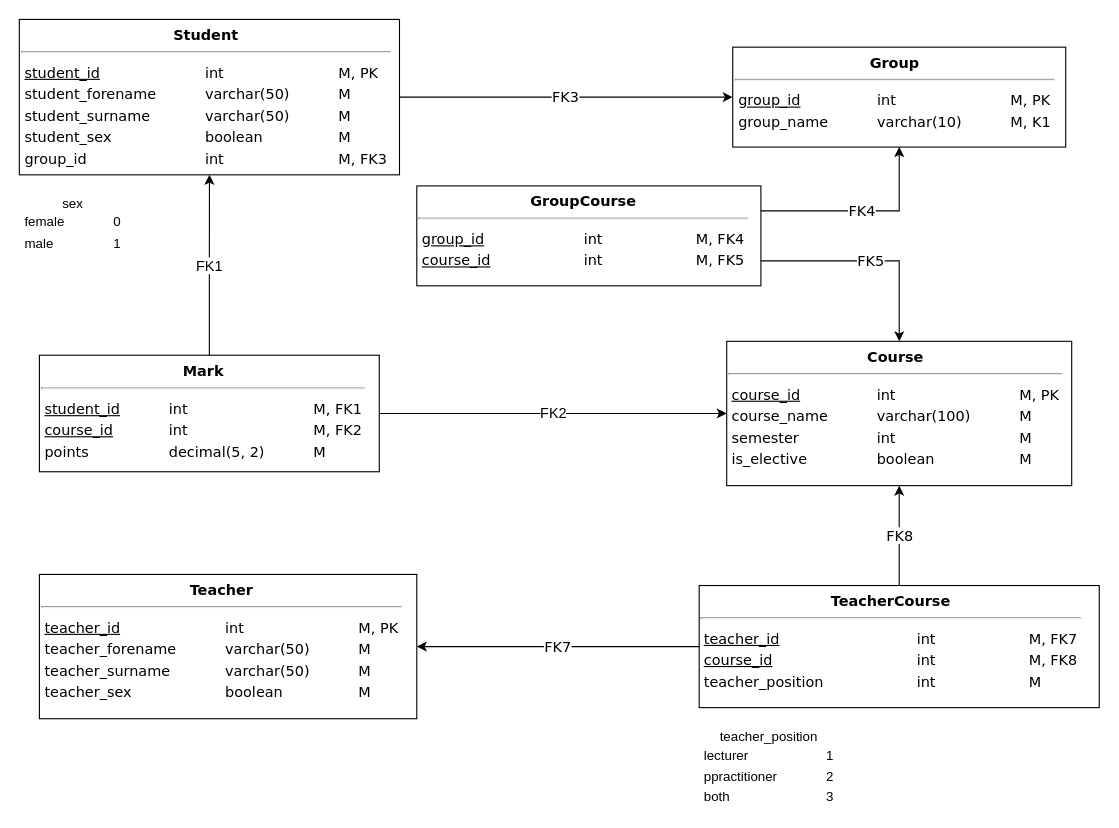
This is hw02/src/physical-scheme.drawio from cannor147/itmo-db, a draw.io file, before an edit. Source tidied: cells renumbered, new cells numbered last; positions are measured from the earlier drawing's top-left corner, leaving out a move shared by most shapes. Both pictures are drawn from the tidied source at 111%, with x=0, y=0 at pixel (19, 19).
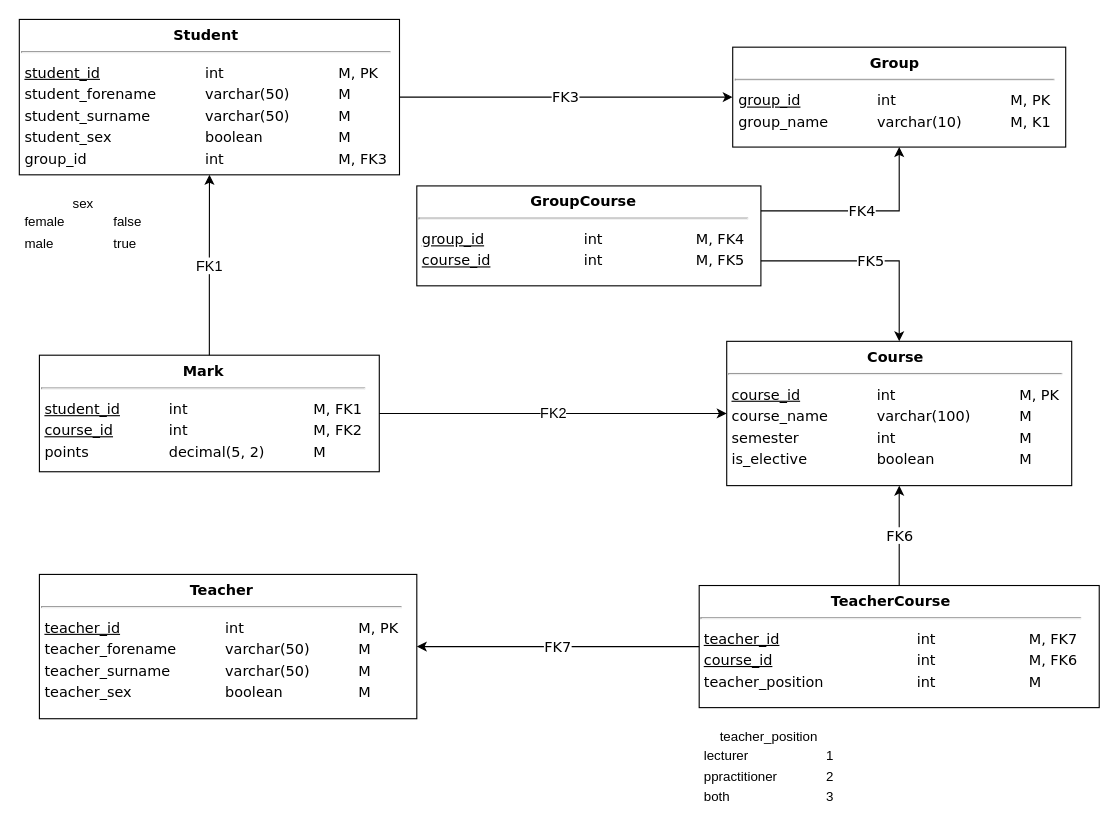
After the change.

What changed in the source:
```diff
@@
 <mxGraphModel>
   <root>
     <mxCell id="0" />
     <mxCell id="1" parent="0" />
     <mxCell id="2" value="FK3" style="edgeStyle=orthogonalEdgeStyle;rounded=0;jettySize=auto;html=1;fontFamily=Verdana;fontSize=13;endArrow=classic;endFill=1;startArrow=none;startFill=0;" parent="1" edge="1" source="3" target="4">
       <mxGeometry relative="1" as="geometry" />
     </mxCell>
     <mxCell id="3" value="&lt;div style=&quot;text-align: center ; font-size: 13px&quot;&gt;&lt;b style=&quot;font-size: 13px&quot;&gt;Student&lt;/b&gt;&lt;/div&gt;&lt;hr style=&quot;font-size: 13px&quot;&gt;&lt;table style=&quot;font-size: 13px&quot;&gt;&lt;tbody style=&quot;font-size: 13px&quot;&gt;&lt;tr style=&quot;font-size: 13px&quot;&gt;&lt;td style=&quot;font-size: 13px&quot;&gt;&lt;u&gt;student_id&lt;/u&gt;&lt;/td&gt;&lt;td style=&quot;font-size: 13px&quot;&gt;&lt;blockquote style=&quot;margin: 0px 0px 0px 40px ; border: none ; padding: 0px ; font-size: 13px&quot;&gt;int&lt;/blockquote&gt;&lt;/td&gt;&lt;td style=&quot;font-size: 13px&quot;&gt;&lt;blockquote style=&quot;margin: 0px 0px 0px 40px ; border: none ; padding: 0px ; font-size: 13px&quot;&gt;M, PK&lt;/blockquote&gt;&lt;/td&gt;&lt;/tr&gt;&lt;tr style=&quot;font-size: 13px&quot;&gt;&lt;td style=&quot;font-size: 13px&quot;&gt;student_forename&lt;/td&gt;&lt;td style=&quot;font-size: 13px&quot;&gt;&lt;blockquote style=&quot;margin: 0px 0px 0px 40px ; border: none ; padding: 0px ; font-size: 13px&quot;&gt;varchar(50)&lt;/blockquote&gt;&lt;/td&gt;&lt;td style=&quot;font-size: 13px&quot;&gt;&lt;blockquote style=&quot;margin: 0px 0px 0px 40px ; border: none ; padding: 0px ; font-size: 13px&quot;&gt;M&lt;/blockquote&gt;&lt;/td&gt;&lt;/tr&gt;&lt;tr style=&quot;font-size: 13px&quot;&gt;&lt;td style=&quot;font-size: 13px&quot;&gt;student_surname&lt;/td&gt;&lt;td style=&quot;font-size: 13px&quot;&gt;&lt;blockquote style=&quot;margin: 0px 0px 0px 40px ; border: none ; padding: 0px ; font-size: 13px&quot;&gt;varchar(50)&lt;/blockquote&gt;&lt;/td&gt;&lt;td style=&quot;font-size: 13px&quot;&gt;&lt;blockquote style=&quot;margin: 0px 0px 0px 40px ; border: none ; padding: 0px ; font-size: 13px&quot;&gt;M&lt;/blockquote&gt;&lt;/td&gt;&lt;/tr&gt;&lt;tr style=&quot;font-size: 13px&quot;&gt;&lt;td style=&quot;font-size: 13px&quot;&gt;student_sex&lt;/td&gt;&lt;td style=&quot;font-size: 13px&quot;&gt;&lt;blockquote style=&quot;margin: 0px 0px 0px 40px ; border: none ; padding: 0px ; font-size: 13px&quot;&gt;boolean&lt;/blockquote&gt;&lt;/td&gt;&lt;td style=&quot;font-size: 13px&quot;&gt;&lt;blockquote style=&quot;margin: 0px 0px 0px 40px ; border: none ; padding: 0px ; font-size: 13px&quot;&gt;M&lt;/blockquote&gt;&lt;/td&gt;&lt;/tr&gt;&lt;tr&gt;&lt;td&gt;group_id&lt;/td&gt;&lt;td&gt;&lt;blockquote style=&quot;margin: 0 0 0 40px ; border: none ; padding: 0px&quot;&gt;int&lt;/blockquote&gt;&lt;/td&gt;&lt;td&gt;&lt;blockquote style=&quot;margin: 0 0 0 40px ; border: none ; padding: 0px&quot;&gt;M, FK3&lt;/blockquote&gt;&lt;/td&gt;&lt;/tr&gt;&lt;/tbody&gt;&lt;/table&gt;" style="rounded=0;whiteSpace=wrap;html=1;labelBackgroundColor=none;fontFamily=Verdana;fontSize=13;align=left;verticalAlign=top;" parent="1" vertex="1">
       <mxGeometry x="-0.1" width="342.5" height="140" as="geometry" />
     </mxCell>
     <mxCell id="4" value="&lt;div style=&quot;text-align: center ; font-size: 13px&quot;&gt;&lt;b style=&quot;font-size: 13px&quot;&gt;Group&lt;/b&gt;&lt;/div&gt;&lt;hr style=&quot;font-size: 13px&quot;&gt;&lt;table style=&quot;font-size: 13px&quot;&gt;&lt;tbody style=&quot;font-size: 13px&quot;&gt;&lt;tr style=&quot;font-size: 13px&quot;&gt;&lt;td style=&quot;font-size: 13px&quot;&gt;&lt;u&gt;group_id&lt;/u&gt;&lt;/td&gt;&lt;td style=&quot;font-size: 13px&quot;&gt;&lt;blockquote style=&quot;margin: 0px 0px 0px 40px ; border: none ; padding: 0px ; font-size: 13px&quot;&gt;int&lt;/blockquote&gt;&lt;/td&gt;&lt;td style=&quot;font-size: 13px&quot;&gt;&lt;blockquote style=&quot;margin: 0px 0px 0px 40px ; border: none ; padding: 0px ; font-size: 13px&quot;&gt;M, PK&lt;/blockquote&gt;&lt;/td&gt;&lt;/tr&gt;&lt;tr style=&quot;font-size: 13px&quot;&gt;&lt;td style=&quot;font-size: 13px&quot;&gt;group_name&lt;/td&gt;&lt;td style=&quot;font-size: 13px&quot;&gt;&lt;blockquote style=&quot;margin: 0px 0px 0px 40px ; border: none ; padding: 0px ; font-size: 13px&quot;&gt;varchar(10)&lt;/blockquote&gt;&lt;/td&gt;&lt;td style=&quot;font-size: 13px&quot;&gt;&lt;blockquote style=&quot;margin: 0px 0px 0px 40px ; border: none ; padding: 0px ; font-size: 13px&quot;&gt;M, K1&lt;/blockquote&gt;&lt;/td&gt;&lt;/tr&gt;&lt;/tbody&gt;&lt;/table&gt;" style="rounded=0;whiteSpace=wrap;html=1;labelBackgroundColor=none;fontFamily=Verdana;fontSize=13;align=left;verticalAlign=top;" parent="1" vertex="1">
       <mxGeometry x="642.6" y="25" width="300" height="90" as="geometry" />
     </mxCell>
     <mxCell id="5" value="&lt;div style=&quot;text-align: center ; font-size: 13px&quot;&gt;&lt;b style=&quot;font-size: 13px&quot;&gt;Teacher&lt;/b&gt;&lt;/div&gt;&lt;hr style=&quot;font-size: 13px&quot;&gt;&lt;table style=&quot;font-size: 13px&quot;&gt;&lt;tbody style=&quot;font-size: 13px&quot;&gt;&lt;tr style=&quot;font-size: 13px&quot;&gt;&lt;td style=&quot;font-size: 13px&quot;&gt;&lt;u&gt;teacher_id&lt;/u&gt;&lt;/td&gt;&lt;td style=&quot;font-size: 13px&quot;&gt;&lt;blockquote style=&quot;margin: 0px 0px 0px 40px ; border: none ; padding: 0px ; font-size: 13px&quot;&gt;int&lt;/blockquote&gt;&lt;/td&gt;&lt;td style=&quot;font-size: 13px&quot;&gt;&lt;blockquote style=&quot;margin: 0px 0px 0px 40px ; border: none ; padding: 0px ; font-size: 13px&quot;&gt;M, PK&lt;/blockquote&gt;&lt;/td&gt;&lt;/tr&gt;&lt;tr style=&quot;font-size: 13px&quot;&gt;&lt;td style=&quot;font-size: 13px&quot;&gt;teacher_forename&lt;/td&gt;&lt;td style=&quot;font-size: 13px&quot;&gt;&lt;blockquote style=&quot;margin: 0px 0px 0px 40px ; border: none ; padding: 0px ; font-size: 13px&quot;&gt;varchar(50)&lt;/blockquote&gt;&lt;/td&gt;&lt;td style=&quot;font-size: 13px&quot;&gt;&lt;blockquote style=&quot;margin: 0px 0px 0px 40px ; border: none ; padding: 0px ; font-size: 13px&quot;&gt;M&lt;/blockquote&gt;&lt;/td&gt;&lt;/tr&gt;&lt;tr style=&quot;font-size: 13px&quot;&gt;&lt;td style=&quot;font-size: 13px&quot;&gt;teacher_surname&lt;/td&gt;&lt;td style=&quot;font-size: 13px&quot;&gt;&lt;blockquote style=&quot;margin: 0px 0px 0px 40px ; border: none ; padding: 0px ; font-size: 13px&quot;&gt;varchar(50)&lt;/blockquote&gt;&lt;/td&gt;&lt;td style=&quot;font-size: 13px&quot;&gt;&lt;blockquote style=&quot;margin: 0px 0px 0px 40px ; border: none ; padding: 0px ; font-size: 13px&quot;&gt;M&lt;/blockquote&gt;&lt;/td&gt;&lt;/tr&gt;&lt;tr style=&quot;font-size: 13px&quot;&gt;&lt;td style=&quot;font-size: 13px&quot;&gt;teacher_sex&lt;/td&gt;&lt;td style=&quot;font-size: 13px&quot;&gt;&lt;blockquote style=&quot;margin: 0px 0px 0px 40px ; border: none ; padding: 0px ; font-size: 13px&quot;&gt;boolean&lt;/blockquote&gt;&lt;/td&gt;&lt;td style=&quot;font-size: 13px&quot;&gt;&lt;blockquote style=&quot;margin: 0px 0px 0px 40px ; border: none ; padding: 0px ; font-size: 13px&quot;&gt;M&lt;/blockquote&gt;&lt;/td&gt;&lt;/tr&gt;&lt;/tbody&gt;&lt;/table&gt;" style="rounded=0;whiteSpace=wrap;html=1;labelBackgroundColor=none;fontFamily=Verdana;fontSize=13;align=left;verticalAlign=top;" parent="1" vertex="1">
       <mxGeometry x="18" y="500" width="340" height="130" as="geometry" />
     </mxCell>
     <mxCell id="6" value="&lt;div style=&quot;text-align: center ; font-size: 13px&quot;&gt;&lt;b style=&quot;font-size: 13px&quot;&gt;Course&lt;/b&gt;&lt;/div&gt;&lt;hr style=&quot;font-size: 13px&quot;&gt;&lt;table style=&quot;font-size: 13px&quot;&gt;&lt;tbody style=&quot;font-size: 13px&quot;&gt;&lt;tr style=&quot;font-size: 13px&quot;&gt;&lt;td style=&quot;font-size: 13px&quot;&gt;&lt;u&gt;course_id&lt;/u&gt;&lt;/td&gt;&lt;td style=&quot;font-size: 13px&quot;&gt;&lt;blockquote style=&quot;margin: 0px 0px 0px 40px ; border: none ; padding: 0px ; font-size: 13px&quot;&gt;int&lt;/blockquote&gt;&lt;/td&gt;&lt;td style=&quot;font-size: 13px&quot;&gt;&lt;blockquote style=&quot;margin: 0px 0px 0px 40px ; border: none ; padding: 0px ; font-size: 13px&quot;&gt;M, PK&lt;/blockquote&gt;&lt;/td&gt;&lt;/tr&gt;&lt;tr style=&quot;font-size: 13px&quot;&gt;&lt;td style=&quot;font-size: 13px&quot;&gt;course_name&lt;/td&gt;&lt;td style=&quot;font-size: 13px&quot;&gt;&lt;blockquote style=&quot;margin: 0px 0px 0px 40px ; border: none ; padding: 0px ; font-size: 13px&quot;&gt;varchar(100)&lt;/blockquote&gt;&lt;/td&gt;&lt;td style=&quot;font-size: 13px&quot;&gt;&lt;blockquote style=&quot;margin: 0px 0px 0px 40px ; border: none ; padding: 0px ; font-size: 13px&quot;&gt;M&lt;/blockquote&gt;&lt;/td&gt;&lt;/tr&gt;&lt;tr style=&quot;font-size: 13px&quot;&gt;&lt;td style=&quot;font-size: 13px&quot;&gt;semester&lt;/td&gt;&lt;td style=&quot;font-size: 13px&quot;&gt;&lt;blockquote style=&quot;margin: 0px 0px 0px 40px ; border: none ; padding: 0px ; font-size: 13px&quot;&gt;int&lt;/blockquote&gt;&lt;/td&gt;&lt;td style=&quot;font-size: 13px&quot;&gt;&lt;blockquote style=&quot;margin: 0px 0px 0px 40px ; border: none ; padding: 0px ; font-size: 13px&quot;&gt;M&lt;/blockquote&gt;&lt;/td&gt;&lt;/tr&gt;&lt;tr style=&quot;font-size: 13px&quot;&gt;&lt;td style=&quot;font-size: 13px&quot;&gt;is_elective&lt;/td&gt;&lt;td style=&quot;font-size: 13px&quot;&gt;&lt;blockquote style=&quot;margin: 0px 0px 0px 40px ; border: none ; padding: 0px ; font-size: 13px&quot;&gt;boolean&lt;/blockquote&gt;&lt;/td&gt;&lt;td style=&quot;font-size: 13px&quot;&gt;&lt;blockquote style=&quot;margin: 0px 0px 0px 40px ; border: none ; padding: 0px ; font-size: 13px&quot;&gt;M&lt;/blockquote&gt;&lt;/td&gt;&lt;/tr&gt;&lt;/tbody&gt;&lt;/table&gt;" style="rounded=0;whiteSpace=wrap;html=1;labelBackgroundColor=none;fontFamily=Verdana;fontSize=13;align=left;verticalAlign=top;" parent="1" vertex="1">
       <mxGeometry x="637.2" y="290" width="310.8" height="130" as="geometry" />
     </mxCell>
     <mxCell id="7" value="&lt;div style=&quot;text-align: center ; font-size: 13px&quot;&gt;&lt;b style=&quot;font-size: 13px&quot;&gt;Mark&lt;/b&gt;&lt;/div&gt;&lt;hr style=&quot;font-size: 13px&quot;&gt;&lt;table style=&quot;font-size: 13px&quot;&gt;&lt;tbody style=&quot;font-size: 13px&quot;&gt;&lt;tr style=&quot;font-size: 13px&quot;&gt;&lt;td style=&quot;font-size: 13px&quot;&gt;&lt;u&gt;student_id&lt;/u&gt;&lt;/td&gt;&lt;td style=&quot;font-size: 13px&quot;&gt;&lt;blockquote style=&quot;margin: 0px 0px 0px 40px ; border: none ; padding: 0px ; font-size: 13px&quot;&gt;int&lt;/blockquote&gt;&lt;/td&gt;&lt;td style=&quot;font-size: 13px&quot;&gt;&lt;blockquote style=&quot;margin: 0px 0px 0px 40px ; border: none ; padding: 0px ; font-size: 13px&quot;&gt;M, FK1&lt;/blockquote&gt;&lt;/td&gt;&lt;/tr&gt;&lt;tr style=&quot;font-size: 13px&quot;&gt;&lt;td style=&quot;font-size: 13px&quot;&gt;&lt;u&gt;course_id&lt;/u&gt;&lt;/td&gt;&lt;td style=&quot;font-size: 13px&quot;&gt;&lt;blockquote style=&quot;margin: 0px 0px 0px 40px ; border: none ; padding: 0px ; font-size: 13px&quot;&gt;int&lt;/blockquote&gt;&lt;/td&gt;&lt;td style=&quot;font-size: 13px&quot;&gt;&lt;blockquote style=&quot;margin: 0px 0px 0px 40px ; border: none ; padding: 0px ; font-size: 13px&quot;&gt;M, FK2&lt;/blockquote&gt;&lt;/td&gt;&lt;/tr&gt;&lt;tr style=&quot;font-size: 13px&quot;&gt;&lt;td style=&quot;font-size: 13px&quot;&gt;points&lt;/td&gt;&lt;td style=&quot;font-size: 13px&quot;&gt;&lt;blockquote style=&quot;margin: 0px 0px 0px 40px ; border: none ; padding: 0px ; font-size: 13px&quot;&gt;decimal(5, 2)&lt;/blockquote&gt;&lt;/td&gt;&lt;td style=&quot;font-size: 13px&quot;&gt;&lt;blockquote style=&quot;margin: 0px 0px 0px 40px ; border: none ; padding: 0px ; font-size: 13px&quot;&gt;M&lt;/blockquote&gt;&lt;/td&gt;&lt;/tr&gt;&lt;/tbody&gt;&lt;/table&gt;" style="rounded=0;whiteSpace=wrap;html=1;labelBackgroundColor=none;fontFamily=Verdana;fontSize=13;align=left;verticalAlign=top;" parent="1" vertex="1">
       <mxGeometry x="18" y="302.5" width="306.2" height="105" as="geometry" />
     </mxCell>
     <mxCell id="8" value="FK1" style="endArrow=classic;html=1;rounded=0;edgeStyle=orthogonalEdgeStyle;fontSize=13;" parent="1" edge="1" source="7" target="3">
       <mxGeometry relative="1" as="geometry" />
     </mxCell>
     <mxCell id="9" value="FK2" style="endArrow=classic;html=1;rounded=0;edgeStyle=orthogonalEdgeStyle;fontSize=13;" parent="1" edge="1" source="7" target="6">
       <mxGeometry relative="1" as="geometry" />
     </mxCell>
     <mxCell id="10" value="&lt;div style=&quot;text-align: center ; font-size: 13px&quot;&gt;&lt;b style=&quot;font-size: 13px&quot;&gt;GroupCourse&lt;/b&gt;&lt;/div&gt;&lt;hr style=&quot;font-size: 13px&quot;&gt;&lt;table style=&quot;font-size: 13px&quot;&gt;&lt;tbody style=&quot;font-size: 13px&quot;&gt;&lt;tr style=&quot;font-size: 13px&quot;&gt;&lt;td style=&quot;font-size: 13px&quot;&gt;&lt;u&gt;group_id&lt;/u&gt;&lt;/td&gt;&lt;td style=&quot;font-size: 13px&quot;&gt;&lt;blockquote style=&quot;margin: 0 0 0 40px ; border: none ; padding: 0px&quot;&gt;&lt;blockquote style=&quot;margin: 0px 0px 0px 40px ; border: none ; padding: 0px ; font-size: 13px&quot;&gt;int&lt;/blockquote&gt;&lt;/blockquote&gt;&lt;/td&gt;&lt;td style=&quot;font-size: 13px&quot;&gt;&lt;blockquote style=&quot;margin: 0 0 0 40px ; border: none ; padding: 0px&quot;&gt;&lt;blockquote style=&quot;margin: 0px 0px 0px 40px ; border: none ; padding: 0px ; font-size: 13px&quot;&gt;M, FK4&lt;/blockquote&gt;&lt;/blockquote&gt;&lt;/td&gt;&lt;/tr&gt;&lt;tr style=&quot;font-size: 13px&quot;&gt;&lt;td style=&quot;font-size: 13px&quot;&gt;&lt;u&gt;course_id&lt;/u&gt;&lt;/td&gt;&lt;td style=&quot;font-size: 13px&quot;&gt;&lt;blockquote style=&quot;margin: 0 0 0 40px ; border: none ; padding: 0px&quot;&gt;&lt;blockquote style=&quot;margin: 0px 0px 0px 40px ; border: none ; padding: 0px ; font-size: 13px&quot;&gt;int&lt;/blockquote&gt;&lt;/blockquote&gt;&lt;/td&gt;&lt;td style=&quot;font-size: 13px&quot;&gt;&lt;blockquote style=&quot;margin: 0 0 0 40px ; border: none ; padding: 0px&quot;&gt;&lt;blockquote style=&quot;margin: 0px 0px 0px 40px ; border: none ; padding: 0px ; font-size: 13px&quot;&gt;M, FK5&lt;/blockquote&gt;&lt;/blockquote&gt;&lt;/td&gt;&lt;/tr&gt;&lt;/tbody&gt;&lt;/table&gt;" style="rounded=0;whiteSpace=wrap;html=1;labelBackgroundColor=none;fontFamily=Verdana;fontSize=13;align=left;verticalAlign=top;" parent="1" vertex="1">
       <mxGeometry x="358" y="150" width="310" height="90" as="geometry" />
     </mxCell>
     <mxCell id="11" value="FK4" style="edgeStyle=orthogonalEdgeStyle;rounded=0;jettySize=auto;html=1;fontFamily=Verdana;fontSize=13;endArrow=classic;endFill=1;startArrow=none;startFill=0;exitX=1;exitY=0.25;exitDx=0;exitDy=0;" parent="1" edge="1" source="10" target="4">
       <mxGeometry relative="1" as="geometry" />
     </mxCell>
     <mxCell id="12" value="FK5" style="edgeStyle=orthogonalEdgeStyle;rounded=0;jettySize=auto;html=1;fontFamily=Verdana;fontSize=13;endArrow=classic;endFill=1;startArrow=none;startFill=0;exitX=1;exitY=0.75;exitDx=0;exitDy=0;" parent="1" edge="1" source="10" target="6">
       <mxGeometry relative="1" as="geometry" />
     </mxCell>
-    <mxCell id="13" value="&lt;div style=&quot;text-align: center ; font-size: 13px&quot;&gt;&lt;b style=&quot;font-size: 13px&quot;&gt;TeacherCourse&lt;/b&gt;&lt;/div&gt;&lt;hr style=&quot;font-size: 13px&quot;&gt;&lt;table style=&quot;font-size: 13px&quot;&gt;&lt;tbody style=&quot;font-size: 13px&quot;&gt;&lt;tr style=&quot;font-size: 13px&quot;&gt;&lt;td style=&quot;font-size: 13px&quot;&gt;&lt;u&gt;teacher_id&lt;/u&gt;&lt;/td&gt;&lt;td style=&quot;font-size: 13px&quot;&gt;&lt;blockquote style=&quot;margin: 0 0 0 40px ; border: none ; padding: 0px&quot;&gt;&lt;blockquote style=&quot;margin: 0px 0px 0px 40px ; border: none ; padding: 0px ; font-size: 13px&quot;&gt;int&lt;/blockquote&gt;&lt;/blockquote&gt;&lt;/td&gt;&lt;td style=&quot;font-size: 13px&quot;&gt;&lt;blockquote style=&quot;margin: 0 0 0 40px ; border: none ; padding: 0px&quot;&gt;&lt;blockquote style=&quot;margin: 0px 0px 0px 40px ; border: none ; padding: 0px ; font-size: 13px&quot;&gt;M, FK7&lt;/blockquote&gt;&lt;/blockquote&gt;&lt;/td&gt;&lt;/tr&gt;&lt;tr style=&quot;font-size: 13px&quot;&gt;&lt;td style=&quot;font-size: 13px&quot;&gt;&lt;u&gt;course_id&lt;/u&gt;&lt;/td&gt;&lt;td style=&quot;font-size: 13px&quot;&gt;&lt;blockquote style=&quot;margin: 0 0 0 40px ; border: none ; padding: 0px&quot;&gt;&lt;blockquote style=&quot;margin: 0px 0px 0px 40px ; border: none ; padding: 0px ; font-size: 13px&quot;&gt;int&lt;/blockquote&gt;&lt;/blockquote&gt;&lt;/td&gt;&lt;td style=&quot;font-size: 13px&quot;&gt;&lt;blockquote style=&quot;margin: 0 0 0 40px ; border: none ; padding: 0px&quot;&gt;&lt;blockquote style=&quot;margin: 0px 0px 0px 40px ; border: none ; padding: 0px ; font-size: 13px&quot;&gt;M, FK8&lt;/blockquote&gt;&lt;/blockquote&gt;&lt;/td&gt;&lt;/tr&gt;&lt;tr&gt;&lt;td&gt;teacher_position&lt;/td&gt;&lt;td&gt;&lt;blockquote style=&quot;margin: 0 0 0 40px ; border: none ; padding: 0px&quot;&gt;&lt;blockquote style=&quot;margin: 0 0 0 40px ; border: none ; padding: 0px&quot;&gt;int&lt;/blockquote&gt;&lt;/blockquote&gt;&lt;/td&gt;&lt;td&gt;&lt;blockquote style=&quot;margin: 0 0 0 40px ; border: none ; padding: 0px&quot;&gt;&lt;blockquote style=&quot;margin: 0 0 0 40px ; border: none ; padding: 0px&quot;&gt;M&lt;/blockquote&gt;&lt;/blockquote&gt;&lt;/td&gt;&lt;/tr&gt;&lt;/tbody&gt;&lt;/table&gt;" style="rounded=0;whiteSpace=wrap;html=1;labelBackgroundColor=none;fontFamily=Verdana;fontSize=13;align=left;verticalAlign=top;" parent="1" vertex="1">
+    <mxCell id="13" value="&lt;div style=&quot;text-align: center ; font-size: 13px&quot;&gt;&lt;b style=&quot;font-size: 13px&quot;&gt;TeacherCourse&lt;/b&gt;&lt;/div&gt;&lt;hr style=&quot;font-size: 13px&quot;&gt;&lt;table style=&quot;font-size: 13px&quot;&gt;&lt;tbody style=&quot;font-size: 13px&quot;&gt;&lt;tr style=&quot;font-size: 13px&quot;&gt;&lt;td style=&quot;font-size: 13px&quot;&gt;&lt;u&gt;teacher_id&lt;/u&gt;&lt;/td&gt;&lt;td style=&quot;font-size: 13px&quot;&gt;&lt;blockquote style=&quot;margin: 0 0 0 40px ; border: none ; padding: 0px&quot;&gt;&lt;blockquote style=&quot;margin: 0px 0px 0px 40px ; border: none ; padding: 0px ; font-size: 13px&quot;&gt;int&lt;/blockquote&gt;&lt;/blockquote&gt;&lt;/td&gt;&lt;td style=&quot;font-size: 13px&quot;&gt;&lt;blockquote style=&quot;margin: 0 0 0 40px ; border: none ; padding: 0px&quot;&gt;&lt;blockquote style=&quot;margin: 0px 0px 0px 40px ; border: none ; padding: 0px ; font-size: 13px&quot;&gt;M, FK7&lt;/blockquote&gt;&lt;/blockquote&gt;&lt;/td&gt;&lt;/tr&gt;&lt;tr style=&quot;font-size: 13px&quot;&gt;&lt;td style=&quot;font-size: 13px&quot;&gt;&lt;u&gt;course_id&lt;/u&gt;&lt;/td&gt;&lt;td style=&quot;font-size: 13px&quot;&gt;&lt;blockquote style=&quot;margin: 0 0 0 40px ; border: none ; padding: 0px&quot;&gt;&lt;blockquote style=&quot;margin: 0px 0px 0px 40px ; border: none ; padding: 0px ; font-size: 13px&quot;&gt;int&lt;/blockquote&gt;&lt;/blockquote&gt;&lt;/td&gt;&lt;td style=&quot;font-size: 13px&quot;&gt;&lt;blockquote style=&quot;margin: 0 0 0 40px ; border: none ; padding: 0px&quot;&gt;&lt;blockquote style=&quot;margin: 0px 0px 0px 40px ; border: none ; padding: 0px ; font-size: 13px&quot;&gt;M, FK6&lt;/blockquote&gt;&lt;/blockquote&gt;&lt;/td&gt;&lt;/tr&gt;&lt;tr&gt;&lt;td&gt;teacher_position&lt;/td&gt;&lt;td&gt;&lt;blockquote style=&quot;margin: 0 0 0 40px ; border: none ; padding: 0px&quot;&gt;&lt;blockquote style=&quot;margin: 0 0 0 40px ; border: none ; padding: 0px&quot;&gt;int&lt;/blockquote&gt;&lt;/blockquote&gt;&lt;/td&gt;&lt;td&gt;&lt;blockquote style=&quot;margin: 0 0 0 40px ; border: none ; padding: 0px&quot;&gt;&lt;blockquote style=&quot;margin: 0 0 0 40px ; border: none ; padding: 0px&quot;&gt;M&lt;/blockquote&gt;&lt;/blockquote&gt;&lt;/td&gt;&lt;/tr&gt;&lt;/tbody&gt;&lt;/table&gt;" style="rounded=0;whiteSpace=wrap;html=1;labelBackgroundColor=none;fontFamily=Verdana;fontSize=13;align=left;verticalAlign=top;" parent="1" vertex="1">
       <mxGeometry x="612.4" y="510" width="360.4" height="110" as="geometry" />
     </mxCell>
-    <mxCell id="14" value="FK8" style="endArrow=none;html=1;fontFamily=Verdana;fontSize=13;rounded=0;endFill=0;startArrow=classic;startFill=1;edgeStyle=orthogonalEdgeStyle;" parent="1" edge="1" source="6" target="13">
+    <mxCell id="14" value="FK6" style="endArrow=none;html=1;fontFamily=Verdana;fontSize=13;rounded=0;endFill=0;startArrow=classic;startFill=1;edgeStyle=orthogonalEdgeStyle;" parent="1" edge="1" source="6" target="13">
       <mxGeometry relative="1" as="geometry" />
     </mxCell>
     <mxCell id="15" value="FK7" style="endArrow=none;html=1;fontFamily=Verdana;fontSize=13;rounded=0;endFill=0;startArrow=classic;startFill=1;edgeStyle=orthogonalEdgeStyle;" parent="1" edge="1" source="5" target="13">
       <mxGeometry relative="1" as="geometry" />
     </mxCell>
     <mxCell id="16" value="&lt;div style=&quot;text-align: center&quot;&gt;&lt;span&gt;teacher_position&lt;/span&gt;&lt;/div&gt;&lt;table&gt;&lt;tbody&gt;&lt;tr&gt;&lt;td&gt;lecturer&lt;/td&gt;&lt;td&gt;&lt;blockquote style=&quot;margin: 0 0 0 40px ; border: none ; padding: 0px&quot;&gt;1&lt;/blockquote&gt;&lt;/td&gt;&lt;/tr&gt;&lt;tr&gt;&lt;td&gt;ppractitioner&lt;/td&gt;&lt;td&gt;&lt;blockquote style=&quot;margin: 0 0 0 40px ; border: none ; padding: 0px&quot;&gt;2&lt;/blockquote&gt;&lt;/td&gt;&lt;/tr&gt;&lt;tr&gt;&lt;td&gt;both&lt;/td&gt;&lt;td&gt;&lt;blockquote style=&quot;margin: 0 0 0 40px ; border: none ; padding: 0px&quot;&gt;3&lt;/blockquote&gt;&lt;/td&gt;&lt;/tr&gt;&lt;/tbody&gt;&lt;/table&gt;" style="text;html=1;align=left;verticalAlign=middle;" parent="1" vertex="1">
       <mxGeometry x="612.4" y="640" width="140" height="70" as="geometry" />
     </mxCell>
-    <mxCell id="17" value="&lt;div style=&quot;text-align: center&quot;&gt;&lt;span&gt;sex&lt;/span&gt;&lt;/div&gt;&lt;table&gt;&lt;tbody&gt;&lt;tr&gt;&lt;td&gt;female&lt;/td&gt;&lt;td&gt;&lt;blockquote style=&quot;margin: 0 0 0 40px ; border: none ; padding: 0px&quot;&gt;0&lt;/blockquote&gt;&lt;/td&gt;&lt;/tr&gt;&lt;tr&gt;&lt;td&gt;male&lt;/td&gt;&lt;td&gt;&lt;blockquote style=&quot;margin: 0 0 0 40px ; border: none ; padding: 0px&quot;&gt;1&lt;/blockquote&gt;&lt;/td&gt;&lt;/tr&gt;&lt;/tbody&gt;&lt;/table&gt;" style="text;html=1;align=left;verticalAlign=middle;" parent="1" vertex="1">
-      <mxGeometry x="-0.1" y="160" width="110" height="50" as="geometry" />
+    <mxCell id="17" value="&lt;div style=&quot;text-align: center&quot;&gt;&lt;span&gt;sex&lt;/span&gt;&lt;/div&gt;&lt;table&gt;&lt;tbody&gt;&lt;tr&gt;&lt;td&gt;female&lt;/td&gt;&lt;td&gt;&lt;blockquote style=&quot;margin: 0 0 0 40px ; border: none ; padding: 0px&quot;&gt;false&lt;/blockquote&gt;&lt;/td&gt;&lt;/tr&gt;&lt;tr&gt;&lt;td&gt;male&lt;/td&gt;&lt;td&gt;&lt;blockquote style=&quot;margin: 0 0 0 40px ; border: none ; padding: 0px&quot;&gt;true&lt;/blockquote&gt;&lt;/td&gt;&lt;/tr&gt;&lt;/tbody&gt;&lt;/table&gt;" style="text;html=1;align=left;verticalAlign=middle;" parent="1" vertex="1">
+      <mxGeometry x="-0.1" y="160" width="130" height="50" as="geometry" />
     </mxCell>
   </root>
 </mxGraphModel>
```
